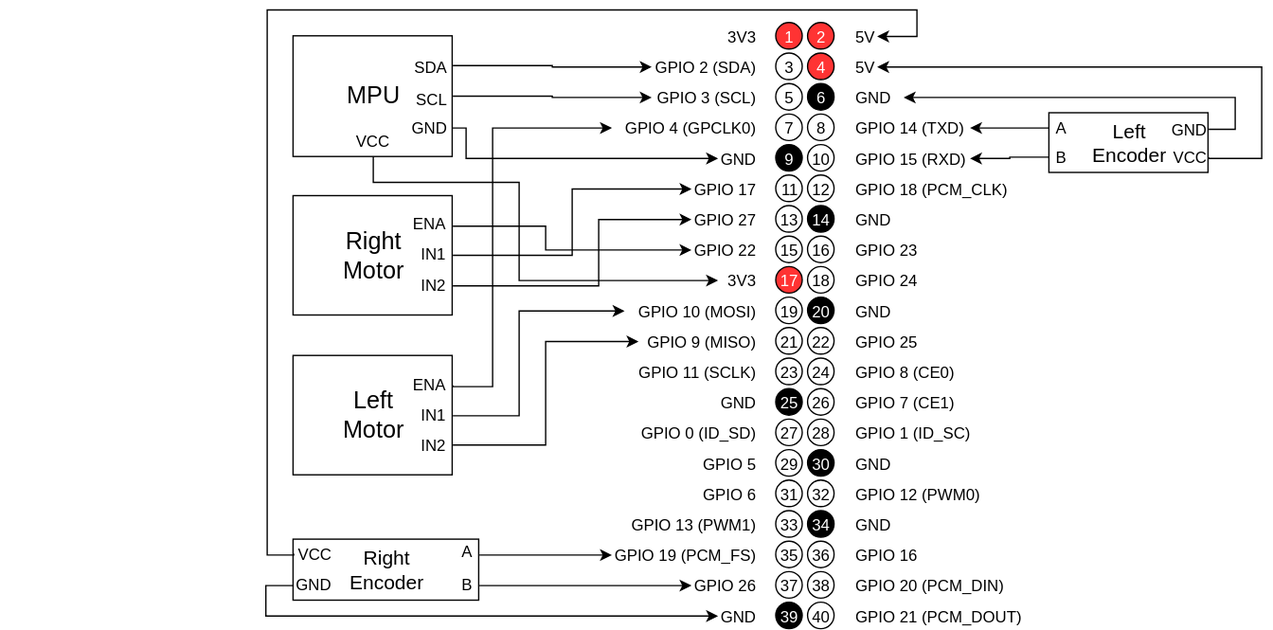
Earlier version of the draw.io export pinout.drawio.svg (jschirrmacher/zerberus). Source tidied: cells renumbered, new cells last; positions are measured from the earlier drawing's top-left corner, leaving out a move shared by most shapes.
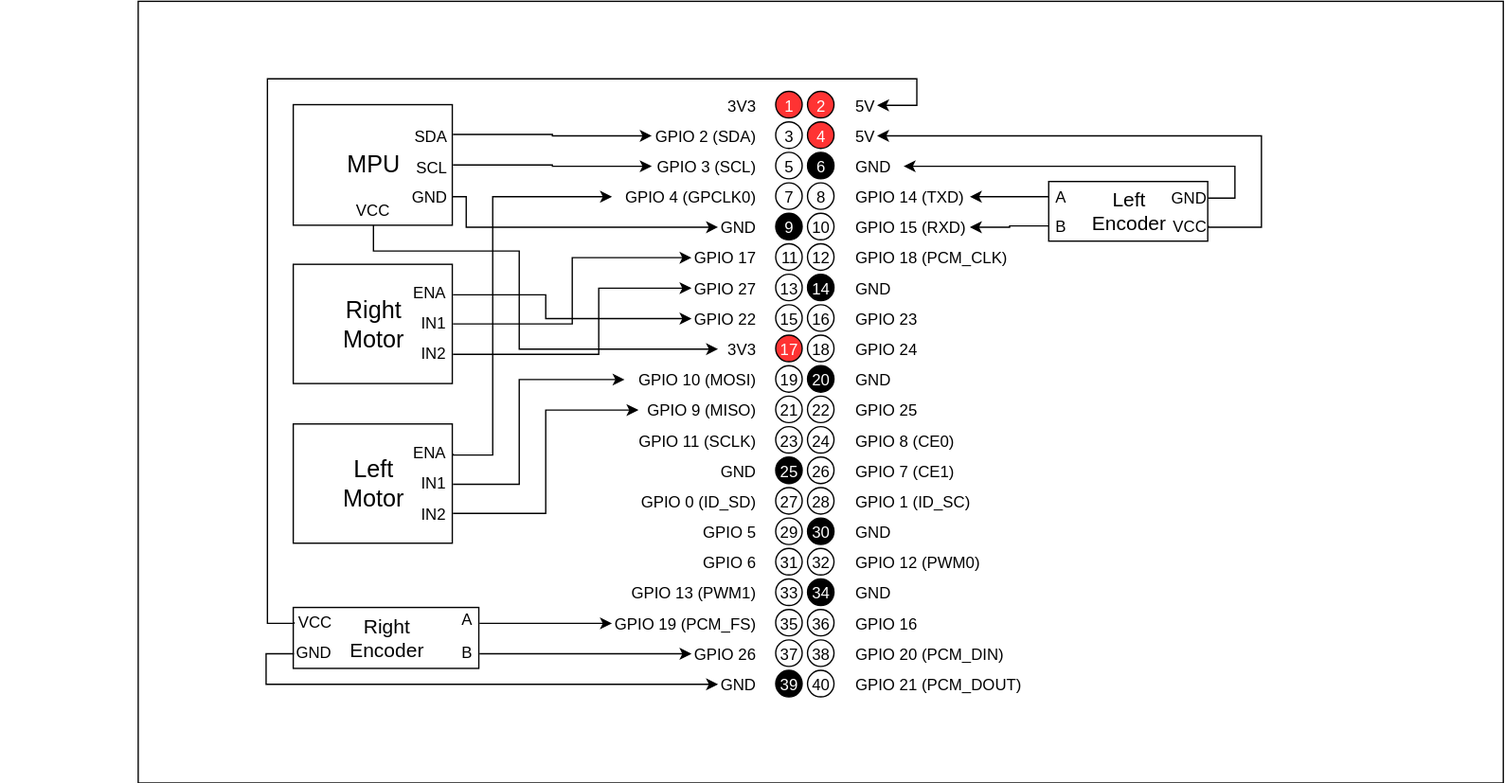
After the commit.

Commit message:
White background for pinout diagram

Diff of the diagram source:
```diff
@@ -2,6 +2,9 @@
   <root>
     <mxCell id="0" />
     <mxCell id="1" parent="0" />
+    <mxCell id="137" style="rounded=0;whiteSpace=wrap;html=1;" parent="1" vertex="1">
+      <mxGeometry x="103.5" y="-58.5" width="1030" height="590" as="geometry" />
+    </mxCell>
     <mxCell id="2" value="1" style="ellipse;whiteSpace=wrap;html=1;fillColor=#FF3333;fontColor=#FFFFFF;" parent="1" vertex="1">
       <mxGeometry x="584.5" y="9.5" width="20" height="20" as="geometry" />
     </mxCell>
```
